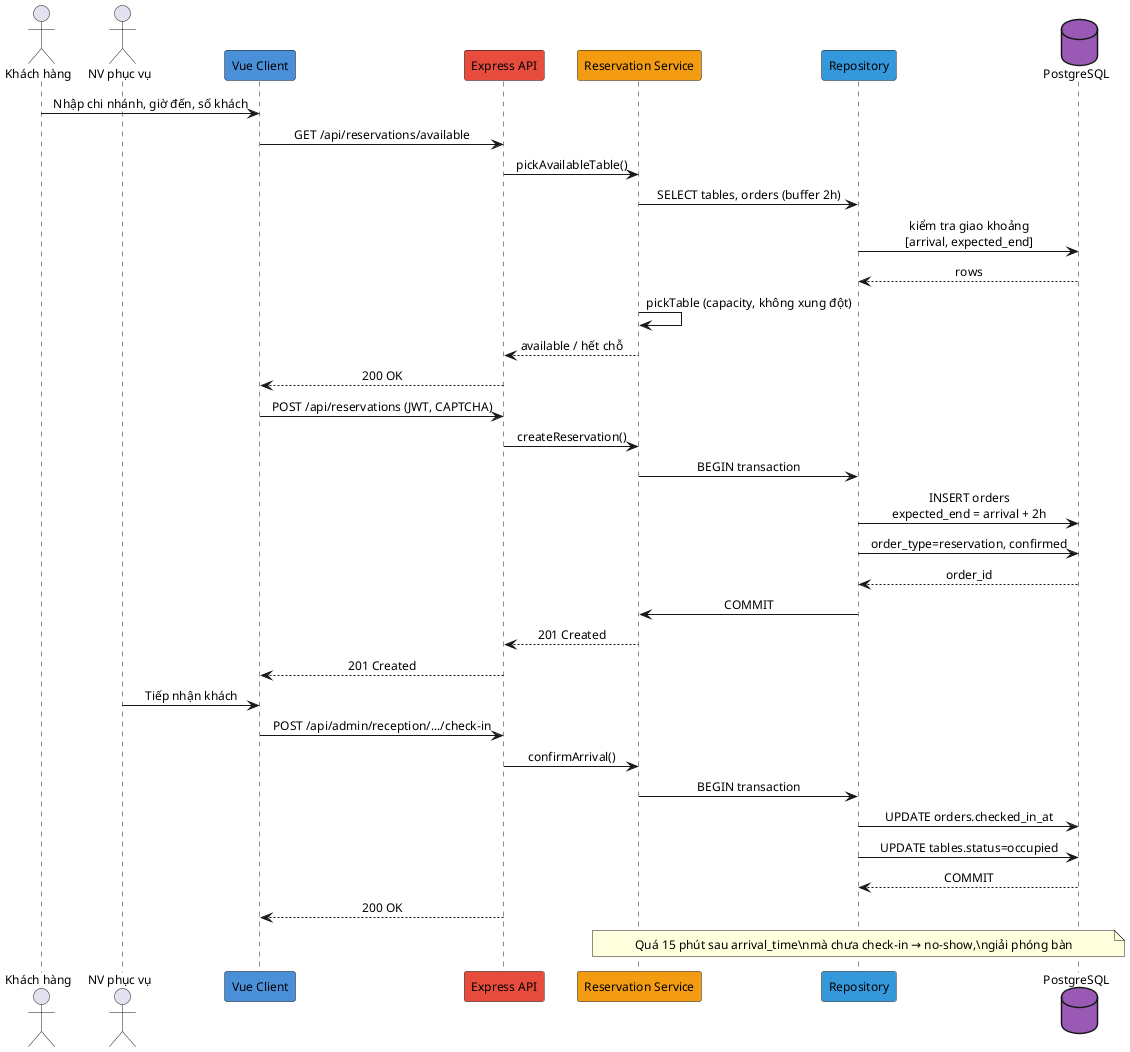
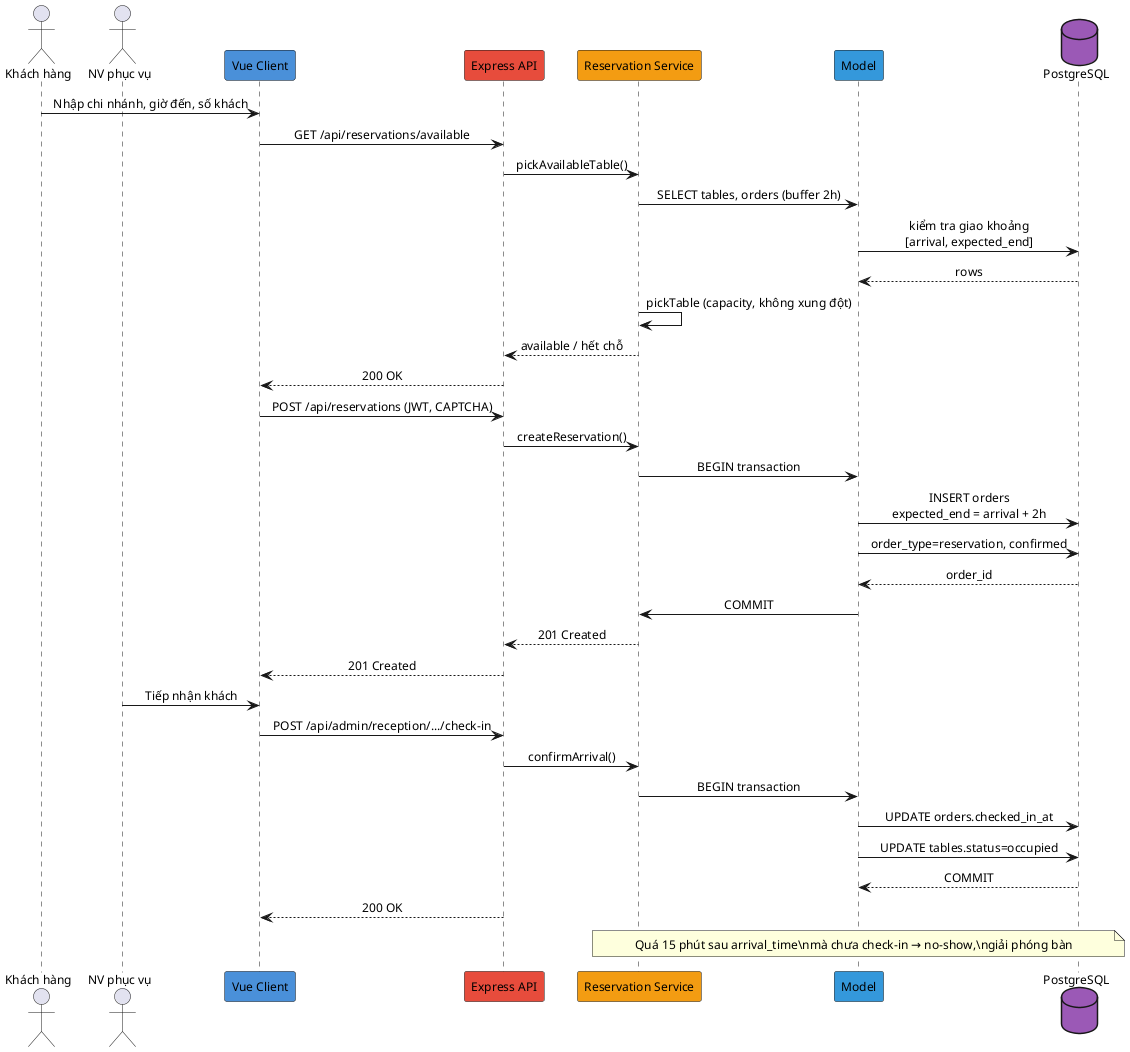
@startuml
skinparam defaultFontSize 12
skinparam sequenceMessageAlign center

actor "Khách hàng" as C
actor "NV phục vụ" as W
participant "Vue Client" as FE #4A90D9
participant "Express API" as API #E74C3C
participant "Reservation Service" as SVC #F39C12
- participant "Repository" as REPO #3498DB
+ participant "Model" as MODEL #3498DB
database "PostgreSQL" as DB #9B59B6

C -> FE : Nhập chi nhánh, giờ đến, số khách
FE -> API : GET /api/reservations/available
API -> SVC : pickAvailableTable()
- SVC -> REPO : SELECT tables, orders (buffer 2h)
- REPO -> DB : kiểm tra giao khoảng\n[arrival, expected_end]
- DB --> REPO : rows
+ SVC -> MODEL : SELECT tables, orders (buffer 2h)
+ MODEL -> DB : kiểm tra giao khoảng\n[arrival, expected_end]
+ DB --> MODEL : rows
SVC -> SVC : pickTable (capacity, không xung đột)
SVC --> API : available / hết chỗ
API --> FE : 200 OK

FE -> API : POST /api/reservations (JWT, CAPTCHA)
API -> SVC : createReservation()
- SVC -> REPO : BEGIN transaction
- REPO -> DB : INSERT orders\nexpected_end = arrival + 2h
- REPO -> DB : order_type=reservation, confirmed
- DB --> REPO : order_id
- REPO -> SVC : COMMIT
+ SVC -> MODEL : BEGIN transaction
+ MODEL -> DB : INSERT orders\nexpected_end = arrival + 2h
+ MODEL -> DB : order_type=reservation, confirmed
+ DB --> MODEL : order_id
+ MODEL -> SVC : COMMIT
SVC --> API : 201 Created
API --> FE : 201 Created

W -> FE : Tiếp nhận khách
FE -> API : POST /api/admin/reception/.../check-in
API -> SVC : confirmArrival()
- SVC -> REPO : BEGIN transaction
- REPO -> DB : UPDATE orders.checked_in_at
- REPO -> DB : UPDATE tables.status=occupied
- DB --> REPO : COMMIT
+ SVC -> MODEL : BEGIN transaction
+ MODEL -> DB : UPDATE orders.checked_in_at
+ MODEL -> DB : UPDATE tables.status=occupied
+ DB --> MODEL : COMMIT
API --> FE : 200 OK

note over SVC, DB
  Quá 15 phút sau arrival_time\nmà chưa check-in → no-show,\ngiải phóng bàn
end note

@enduml
